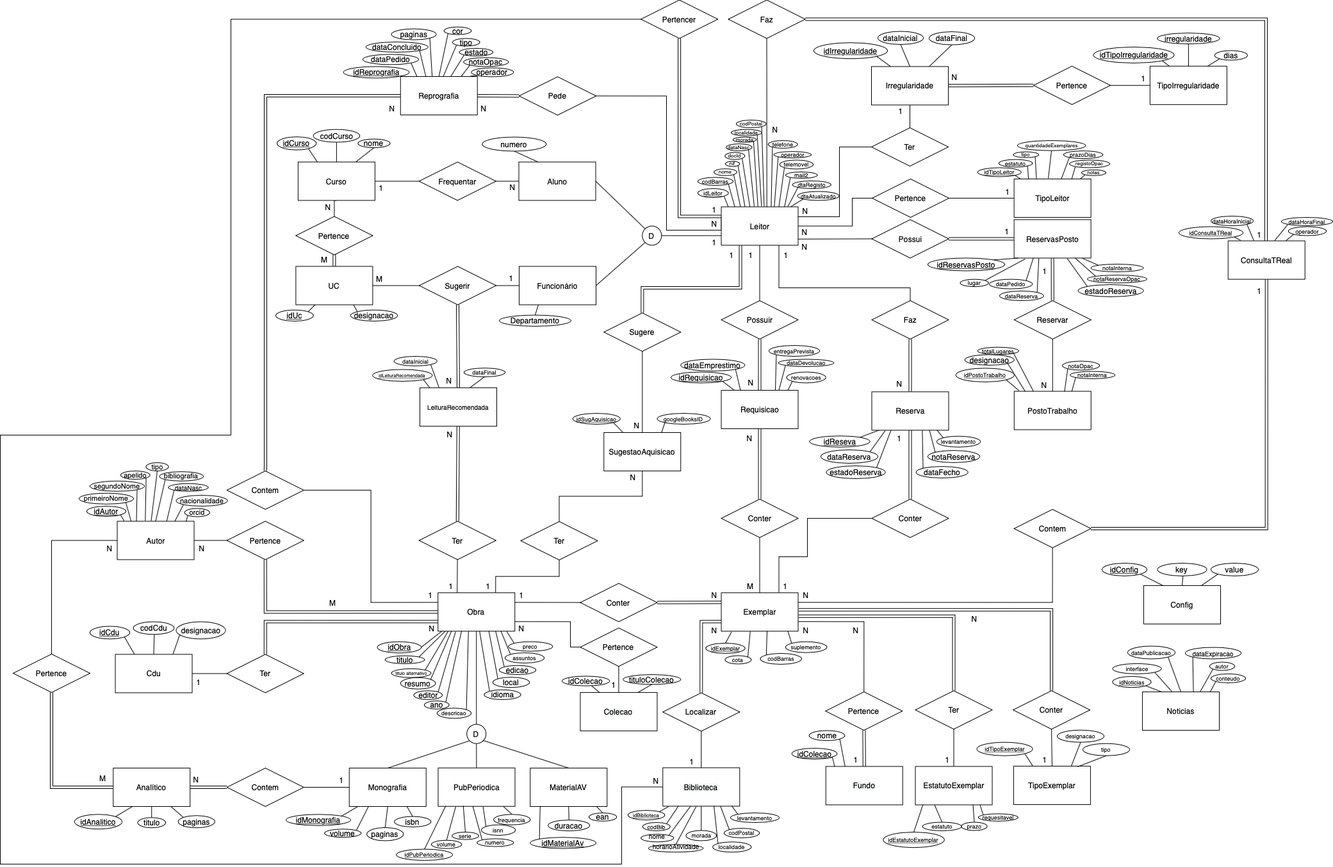
Above: Documentacao/Especificacao_Sistema_Informacao/DER/DER_Saramago.png in 2180622/IPL_PSI_ProjetoFinal_SARAMAGO (draw.io), before the change. Source tidied: cells renumbered, new cells last; positions are measured from the earlier drawing's top-left corner, leaving out a move shared by most shapes.
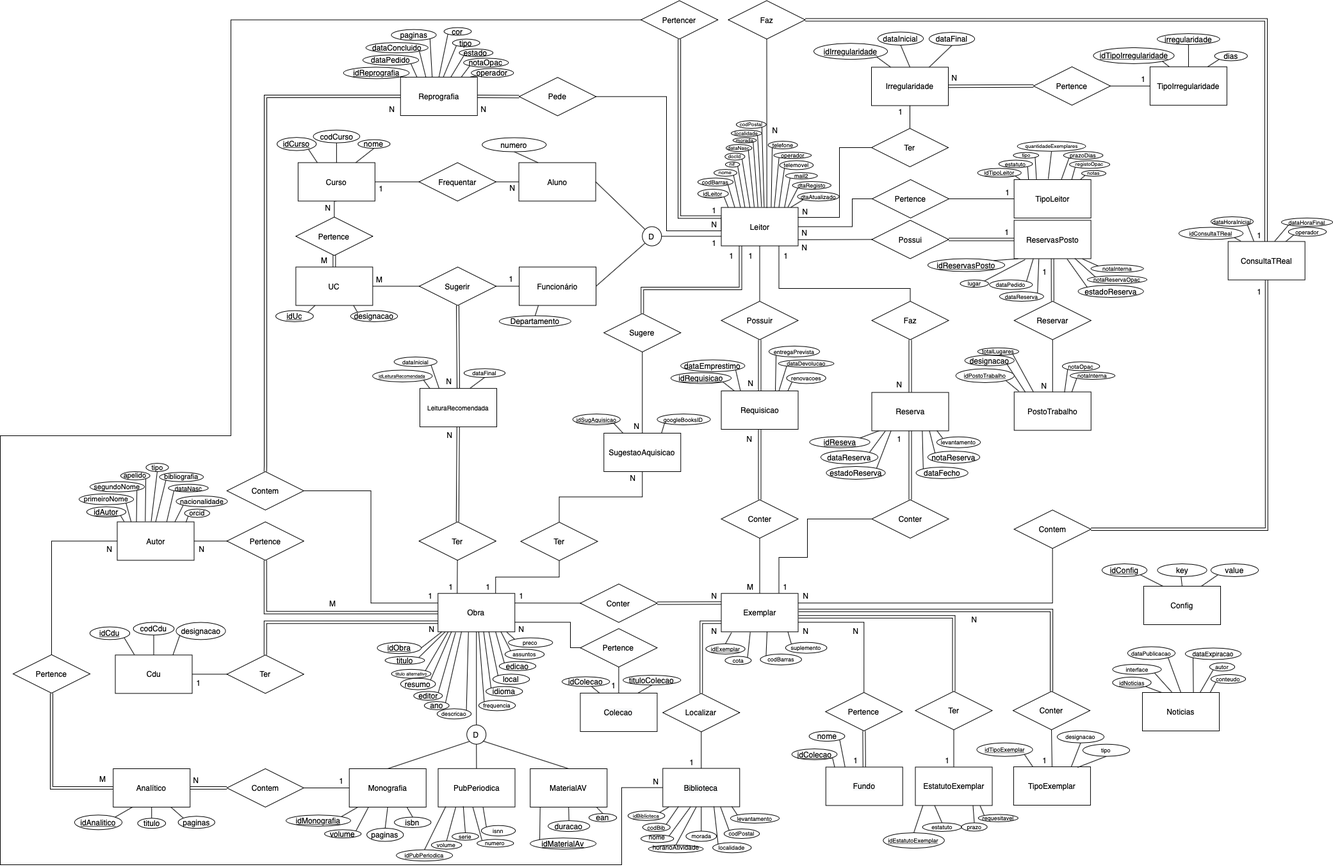
The same file after the commit.

Commit message:
** O anterior tem um erro

Diff of the diagram source:
```diff
@@ -161,7 +161,7 @@
       <mxGeometry x="625" y="1058.7" width="54.2" height="18" as="geometry" />
     </mxCell>
     <mxCell id="43" value="assuntos" style="ellipse;whiteSpace=wrap;html=1;fontSize=9;" parent="1" vertex="1">
-      <mxGeometry x="788" y="1020" width="61" height="16" as="geometry" />
+      <mxGeometry x="788" y="1013.5" width="61" height="15.7" as="geometry" />
     </mxCell>
     <mxCell id="44" value="cota" style="ellipse;whiteSpace=wrap;html=1;fontSize=9;" parent="1" vertex="1">
       <mxGeometry x="1131.5" y="1024.4" width="40.8" height="13" as="geometry" />
@@ -233,7 +233,7 @@
       <mxGeometry x="299.5" y="1056.1" width="20" height="20" as="geometry" />
     </mxCell>
     <mxCell id="67" value="idioma" style="ellipse;whiteSpace=wrap;html=1;" parent="1" vertex="1">
-      <mxGeometry x="755.5" y="1077.8" width="57" height="15.2" as="geometry" />
+      <mxGeometry x="758.2" y="1071.6" width="57" height="15.2" as="geometry" />
     </mxCell>
     <mxCell id="68" value="isbn" style="ellipse;whiteSpace=wrap;html=1;" parent="1" vertex="1">
       <mxGeometry x="615.2" y="1275.6" width="57" height="16.4" as="geometry" />
@@ -276,7 +276,7 @@
     <mxCell id="80" style="rounded=0;jettySize=auto;html=1;endArrow=none;endFill=0;exitX=0.75;exitY=0;exitDx=0;exitDy=0;entryX=0;entryY=1;entryDx=0;entryDy=0;" parent="1" edge="1" source="71" target="79">
       <mxGeometry relative="1" as="geometry" />
     </mxCell>
-    <mxCell id="81" style="rounded=0;jettySize=auto;html=1;endArrow=none;endFill=0;exitX=0;exitY=0;exitDx=0;exitDy=0;" parent="1" edge="1" source="67" target="26">
+    <mxCell id="81" style="rounded=0;jettySize=auto;html=1;endArrow=none;endFill=0;exitX=0;exitY=0;exitDx=0;exitDy=0;entryX=0.594;entryY=0.994;entryDx=0;entryDy=0;entryPerimeter=0;" parent="1" edge="1" source="67" target="26">
       <mxGeometry relative="1" as="geometry" />
     </mxCell>
     <mxCell id="82" style="rounded=0;jettySize=auto;html=1;endArrow=none;endFill=0;exitX=1;exitY=0;exitDx=0;exitDy=0;entryX=0.176;entryY=0.996;entryDx=0;entryDy=0;entryPerimeter=0;" parent="1" edge="1" source="42" target="26">
@@ -319,13 +319,13 @@
       <mxGeometry x="1125.5" y="470" width="120" height="60" as="geometry" />
     </mxCell>
     <mxCell id="95" value="edicao" style="ellipse;whiteSpace=wrap;html=1;" parent="1" vertex="1">
-      <mxGeometry x="779" y="1039.8" width="57" height="14.2" as="geometry" />
+      <mxGeometry x="779" y="1032.6" width="57" height="14.2" as="geometry" />
     </mxCell>
     <mxCell id="96" style="rounded=0;jettySize=auto;html=1;endArrow=none;endFill=0;entryX=0.75;entryY=1;entryDx=0;entryDy=0;exitX=0;exitY=0;exitDx=0;exitDy=0;" parent="1" edge="1" source="95" target="26">
       <mxGeometry relative="1" as="geometry" />
     </mxCell>
     <mxCell id="97" value="local" style="ellipse;whiteSpace=wrap;html=1;" parent="1" vertex="1">
-      <mxGeometry x="769" y="1058.1" width="57" height="16" as="geometry" />
+      <mxGeometry x="769" y="1052.2" width="57" height="16" as="geometry" />
     </mxCell>
     <mxCell id="98" style="rounded=0;jettySize=auto;html=1;endArrow=none;endFill=0;exitX=0;exitY=0;exitDx=0;exitDy=0;entryX=0.662;entryY=0.998;entryDx=0;entryDy=0;entryPerimeter=0;" parent="1" edge="1" source="97" target="26">
       <mxGeometry relative="1" as="geometry" />
@@ -1006,12 +1006,6 @@
     <mxCell id="317" style="edgeStyle=none;rounded=0;jettySize=auto;html=1;entryX=0.25;entryY=0;entryDx=0;entryDy=0;endArrow=none;endFill=0;exitX=1;exitY=1;exitDx=0;exitDy=0;" parent="1" edge="1" source="316" target="207">
       <mxGeometry relative="1" as="geometry" />
     </mxCell>
-    <mxCell id="318" value="frequencia" style="ellipse;whiteSpace=wrap;html=1;fontSize=9;" parent="1" vertex="1">
-      <mxGeometry x="770.2" y="1272.3" width="57" height="16.4" as="geometry" />
-    </mxCell>
-    <mxCell id="319" style="edgeStyle=none;rounded=0;jettySize=auto;html=1;entryX=0.847;entryY=0.999;entryDx=0;entryDy=0;endArrow=none;endFill=0;entryPerimeter=0;exitX=0.5;exitY=0;exitDx=0;exitDy=0;" parent="1" edge="1" source="318" target="298">
-      <mxGeometry relative="1" as="geometry" />
-    </mxCell>
     <mxCell id="320" style="rounded=0;jettySize=auto;html=1;endArrow=none;endFill=0;exitX=0.5;exitY=0;exitDx=0;exitDy=0;" parent="1" edge="1" source="321">
       <mxGeometry relative="1" as="geometry">
         <mxPoint x="711" y="1260" as="targetPoint" />
@@ -1263,7 +1257,7 @@
       <mxGeometry relative="1" as="geometry" />
     </mxCell>
     <mxCell id="401" value="preco" style="ellipse;whiteSpace=wrap;html=1;fontSize=9;" parent="1" vertex="1">
-      <mxGeometry x="793.2" y="1002.7" width="69" height="14.9" as="geometry" />
+      <mxGeometry x="793.2" y="995.6" width="69" height="14.9" as="geometry" />
     </mxCell>
     <mxCell id="402" style="rounded=0;jettySize=auto;html=1;endArrow=none;endFill=0;exitX=0;exitY=0;exitDx=0;exitDy=0;entryX=0.895;entryY=1.007;entryDx=0;entryDy=0;entryPerimeter=0;" parent="1" edge="1" source="401" target="26">
       <mxGeometry relative="1" as="geometry" />
@@ -1598,5 +1592,11 @@
     <mxCell id="504" value="designacao" style="ellipse;whiteSpace=wrap;html=1;" parent="1" vertex="1">
       <mxGeometry x="1505.8" y="554.3" width="77" height="16.5" as="geometry" />
     </mxCell>
+    <mxCell id="318" value="frequencia" style="ellipse;whiteSpace=wrap;html=1;fontSize=9;" parent="1" vertex="1">
+      <mxGeometry x="747" y="1093" width="57" height="16.4" as="geometry" />
+    </mxCell>
+    <mxCell id="505" style="edgeStyle=none;rounded=0;jettySize=auto;html=1;entryX=0;entryY=0;entryDx=0;entryDy=0;endArrow=none;endFill=0;exitX=0.53;exitY=0.994;exitDx=0;exitDy=0;exitPerimeter=0;" parent="1" edge="1" source="26" target="318">
+      <mxGeometry relative="1" as="geometry" />
+    </mxCell>
   </root>
 </mxGraphModel>
```
